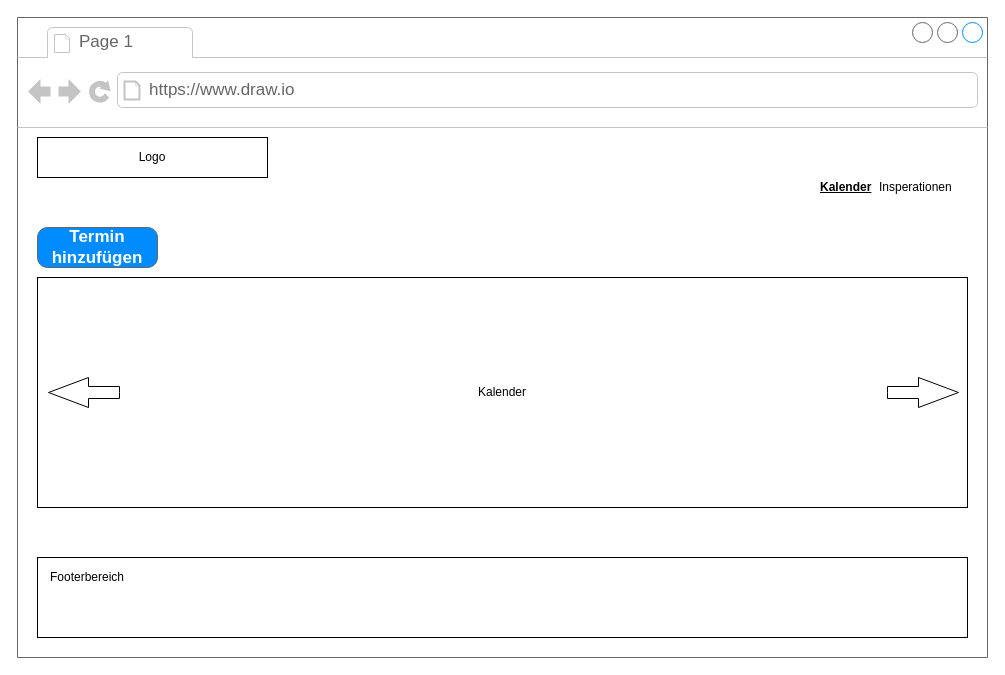
This is Kalender.drawio from LostMyNutsLastXMas/M293_Projektarbeit, a draw.io file, before an edit. Source tidied: cells renumbered, new cells numbered last; positions are measured from the earlier drawing's top-left corner, leaving out a move shared by most shapes. Both pictures are drawn from the tidied source at 100%, with x=0, y=0 at pixel (17, 17).
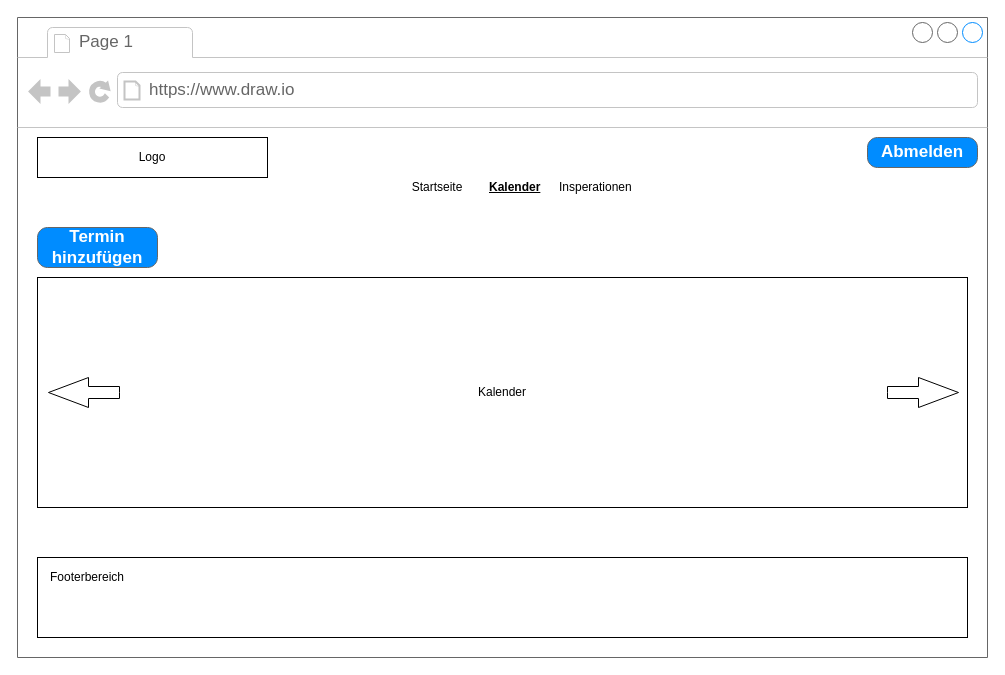
The same diagram, later.

What changed in the source:
```diff
@@
 <mxGraphModel>
   <root>
     <mxCell id="0" />
     <mxCell id="1" parent="0" />
     <mxCell id="2" style="strokeWidth=1;shadow=0;dashed=0;align=center;html=1;shape=mxgraph.mockup.containers.browserWindow;rSize=0;strokeColor=#666666;strokeColor2=#008cff;strokeColor3=#c4c4c4;mainText=,;" parent="1" vertex="1">
       <mxGeometry width="970" height="640" as="geometry" />
     </mxCell>
     <mxCell id="3" value="Page 1" style="strokeWidth=1;shadow=0;dashed=0;align=center;html=1;shape=mxgraph.mockup.containers.anchor;fontSize=17;fontColor=#666666;align=left;whiteSpace=wrap;" parent="2" vertex="1">
       <mxGeometry x="60" y="12" width="110" height="26" as="geometry" />
     </mxCell>
     <mxCell id="4" value="https://www.draw.io" style="strokeWidth=1;shadow=0;dashed=0;align=center;html=1;shape=mxgraph.mockup.containers.anchor;rSize=0;fontSize=17;fontColor=#666666;align=left;" parent="2" vertex="1">
       <mxGeometry x="130" y="60" width="250" height="26" as="geometry" />
     </mxCell>
     <mxCell id="5" value="Logo" style="rounded=0;whiteSpace=wrap;html=1;" parent="2" vertex="1">
       <mxGeometry x="20" y="120" width="230" height="40" as="geometry" />
     </mxCell>
     <mxCell id="6" value="&lt;u&gt;&lt;b&gt;Kalender&lt;/b&gt;&lt;/u&gt;" style="text;html=1;whiteSpace=wrap;strokeColor=none;fillColor=none;align=left;verticalAlign=middle;rounded=0;" parent="2" vertex="1">
-      <mxGeometry x="801" y="160" width="50" height="20" as="geometry" />
+      <mxGeometry x="470" y="160" width="50" height="20" as="geometry" />
     </mxCell>
     <mxCell id="7" value="Insperationen" style="text;html=1;whiteSpace=wrap;strokeColor=none;fillColor=none;align=left;verticalAlign=middle;rounded=0;" parent="2" vertex="1">
-      <mxGeometry x="860" y="160" width="90" height="20" as="geometry" />
+      <mxGeometry x="540" y="160" width="90" height="20" as="geometry" />
     </mxCell>
     <mxCell id="8" value="Kalender" style="rounded=0;whiteSpace=wrap;html=1;" parent="2" vertex="1">
       <mxGeometry x="20" y="260" width="930" height="230" as="geometry" />
     </mxCell>
     <mxCell id="9" value="Termin hinzufügen" style="strokeWidth=1;shadow=0;dashed=0;align=center;html=1;shape=mxgraph.mockup.buttons.button;strokeColor=#666666;fontColor=#ffffff;mainText=;buttonStyle=round;fontSize=17;fontStyle=1;fillColor=#008cff;whiteSpace=wrap;" parent="2" vertex="1">
       <mxGeometry x="20" y="210" width="120" height="40" as="geometry" />
     </mxCell>
     <mxCell id="10" style="html=1;shadow=0;dashed=0;align=center;verticalAlign=middle;shape=mxgraph.arrows2.arrow;dy=0.6;dx=40;notch=0;" parent="2" vertex="1">
       <mxGeometry x="870" y="360" width="71" height="30" as="geometry" />
     </mxCell>
     <mxCell id="11" style="html=1;shadow=0;dashed=0;align=center;verticalAlign=middle;shape=mxgraph.arrows2.arrow;dy=0.6;dx=40;notch=0;direction=west;" parent="2" vertex="1">
       <mxGeometry x="31" y="360" width="71" height="30" as="geometry" />
     </mxCell>
     <mxCell id="12" style="rounded=0;whiteSpace=wrap;html=1;" parent="2" vertex="1">
       <mxGeometry x="20" y="540" width="930" height="80" as="geometry" />
     </mxCell>
     <mxCell id="13" value="Footerbereich" style="text;html=1;whiteSpace=wrap;strokeColor=none;fillColor=none;align=left;verticalAlign=middle;rounded=0;" parent="2" vertex="1">
       <mxGeometry x="31" y="550" width="79" height="20" as="geometry" />
     </mxCell>
+    <mxCell id="14" value="Startseite" style="text;html=1;whiteSpace=wrap;strokeColor=none;fillColor=none;align=center;verticalAlign=middle;rounded=0;" parent="2" vertex="1">
+      <mxGeometry x="390" y="155" width="60" height="30" as="geometry" />
+    </mxCell>
+    <mxCell id="15" value="Abmelden" style="strokeWidth=1;shadow=0;dashed=0;align=center;html=1;shape=mxgraph.mockup.buttons.button;strokeColor=#666666;fontColor=#ffffff;mainText=;buttonStyle=round;fontSize=17;fontStyle=1;fillColor=#008cff;whiteSpace=wrap;" parent="2" vertex="1">
+      <mxGeometry x="850" y="120" width="110" height="30" as="geometry" />
+    </mxCell>
   </root>
 </mxGraphModel>
```
